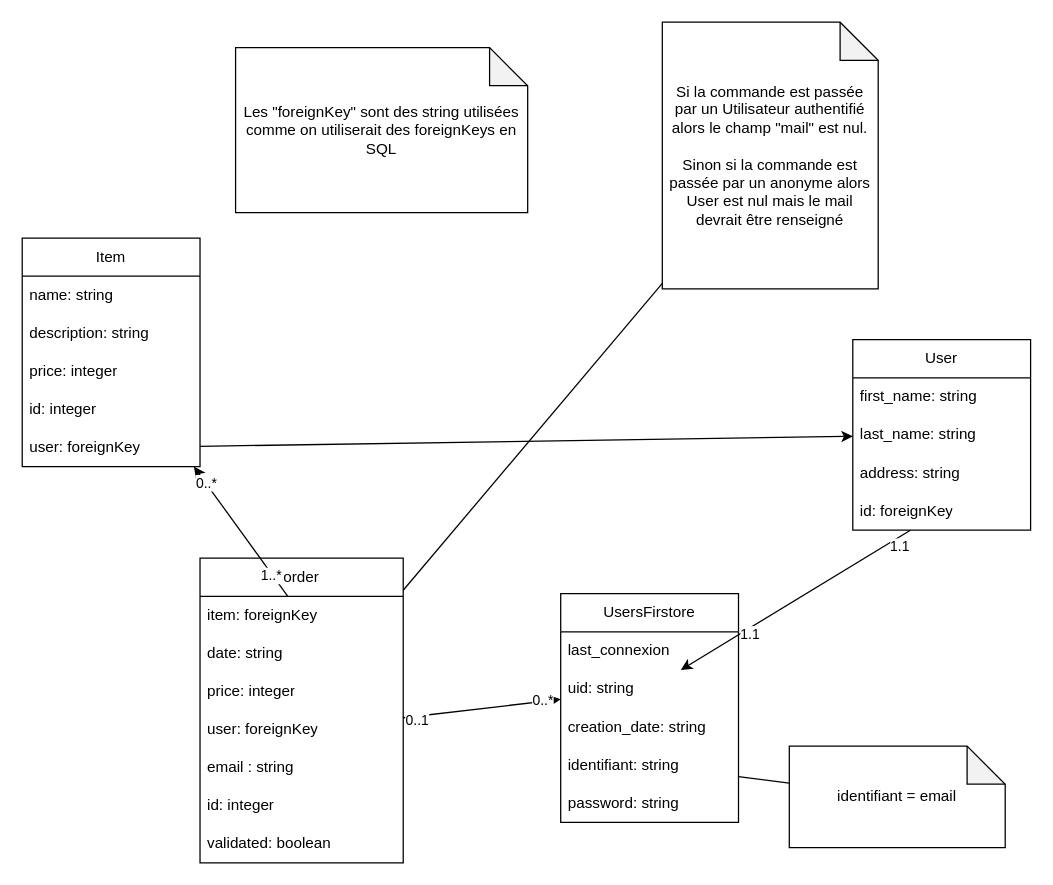
This is mdd.drawio from LouisMaupas/ecom, a draw.io file, before an edit. Source tidied: cells renumbered, new cells numbered last; positions are measured from the earlier drawing's top-left corner, leaving out a move shared by most shapes. Both pictures are drawn from the tidied source at 127%, with x=0, y=0 at pixel (22, 22).
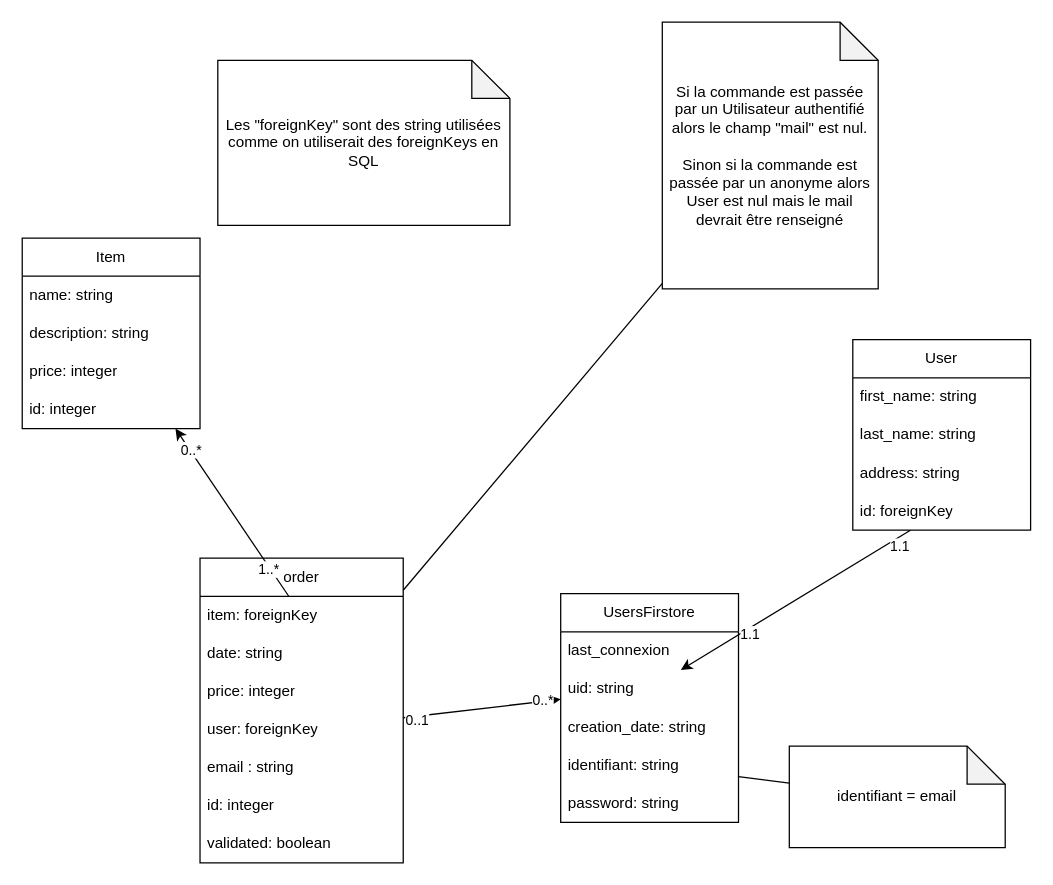
Above is the later version.

The change refers to these unchanged cells:
```xml
<mxCell id="8" value="User" style="swimlane;fontStyle=0;horizontal=1;startSize=30;whiteSpace=wrap;html=1;" parent="1" vertex="1">
  <mxGeometry x="654" y="250" width="140" height="150" as="geometry" />
</mxCell>
```

Diff of the diagram source:
```diff
@@
     <mxCell id="2" value="Item" style="swimlane;fontStyle=0;horizontal=1;startSize=30;whiteSpace=wrap;html=1;" parent="1" vertex="1">
-      <mxGeometry y="170" width="140" height="180" as="geometry" />
+      <mxGeometry y="170" width="140" height="150" as="geometry" />
     </mxCell>
@@
-    <mxCell id="7" value="user: foreignKey" style="text;strokeColor=none;fillColor=none;align=left;verticalAlign=middle;spacingLeft=4;spacingRight=4;overflow=hidden;points=[[0,0.5],[1,0.5]];portConstraint=eastwest;whiteSpace=wrap;html=1;" parent="2" vertex="1">
-      <mxGeometry y="150" width="140" height="30" as="geometry" />
-    </mxCell>
@@
-    <mxCell id="40" style="endArrow=classic;html=1;rounded=0;" parent="1" edge="1" source="7" target="8">
-      <mxGeometry relative="1" as="geometry" />
-    </mxCell>
     <mxCell id="41" value="Les &quot;foreignKey&quot; sont des string utilisées comme on utiliserait des foreignKeys en SQL" style="shape=note;whiteSpace=wrap;html=1;backgroundOutline=1;darkOpacity=0.05;" parent="1" vertex="1">
-      <mxGeometry x="168" y="20" width="230" height="130" as="geometry" />
+      <mxGeometry x="154" y="30" width="230" height="130" as="geometry" />
     </mxCell>
```
